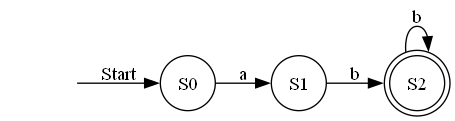
SarahElzayat/regex_nfa keeps this Graphviz diagram as model/DFA.gv.png. Above is the earlier version. Its source is kept beside it as model/DFA.gv.
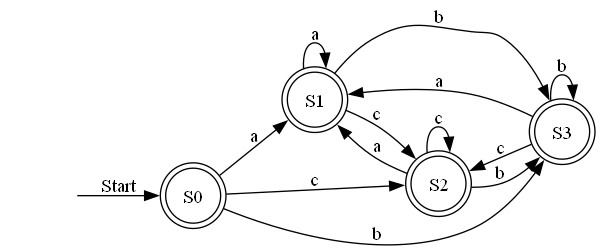
The same diagram one commit later.

What changed in the source:
```diff
@@ -2,11 +2,21 @@
 	rankdir=LR size="600, 800"
 	node [shape=circle]
 	"" [shape=none]
-	S0 [label=S0 shape=circle]
-	S1 [label=S1 shape=circle]
+	S0 [label=S0 shape=doublecircle]
+	S1 [label=S1 shape=doublecircle]
 	S2 [label=S2 shape=doublecircle]
+	S3 [label=S3 shape=doublecircle]
 	"" -> S0 [label=Start]
 	S0 -> S1 [label=a]
-	S1 -> S2 [label=b]
-	S2 -> S2 [label=b]
+	S0 -> S2 [label=c]
+	S0 -> S3 [label=b]
+	S1 -> S1 [label=a]
+	S1 -> S2 [label=c]
+	S1 -> S3 [label=b]
+	S2 -> S1 [label=a]
+	S2 -> S2 [label=c]
+	S2 -> S3 [label=b]
+	S3 -> S1 [label=a]
+	S3 -> S2 [label=c]
+	S3 -> S3 [label=b]
 }
```
